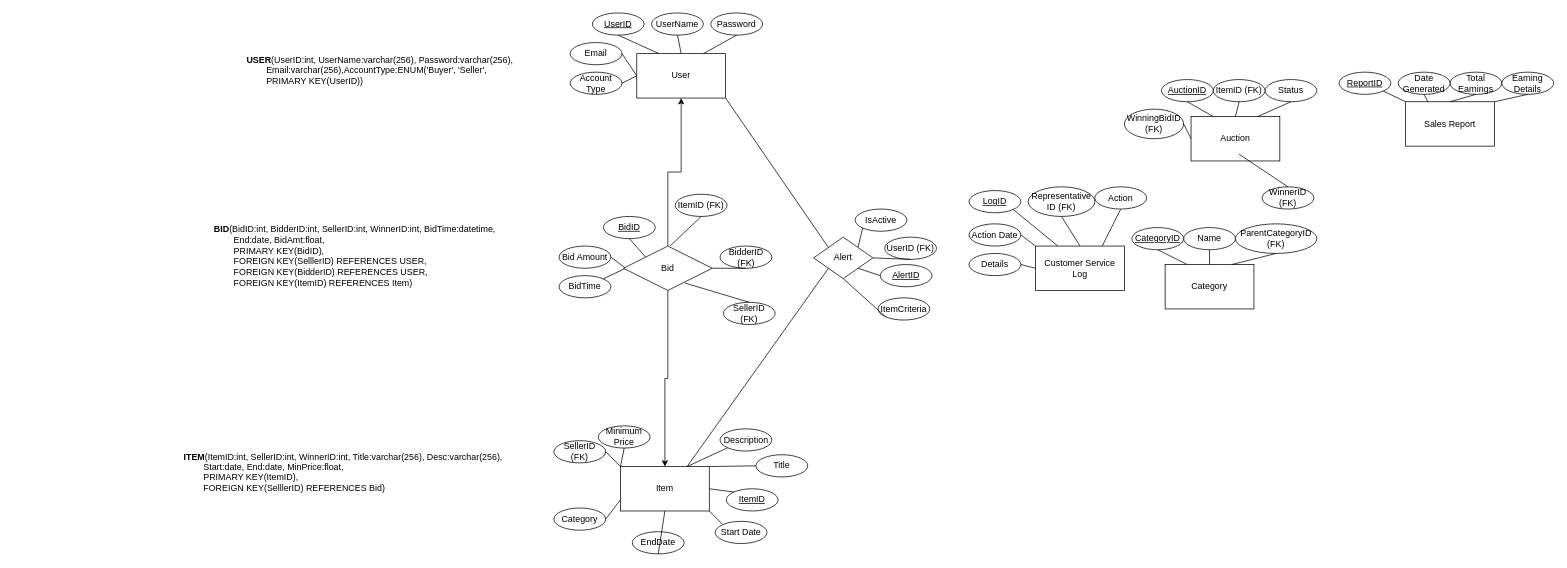
Before: Project1ER.drawio in Swoopi/PrinInfo, a draw.io diagram. Source tidied: cells renumbered, new cells numbered last; positions are measured from the earlier drawing's top-left corner, leaving out a move shared by most shapes. Both pictures are drawn from the tidied source at 74%, with x=0, y=0 at pixel (182, 13).
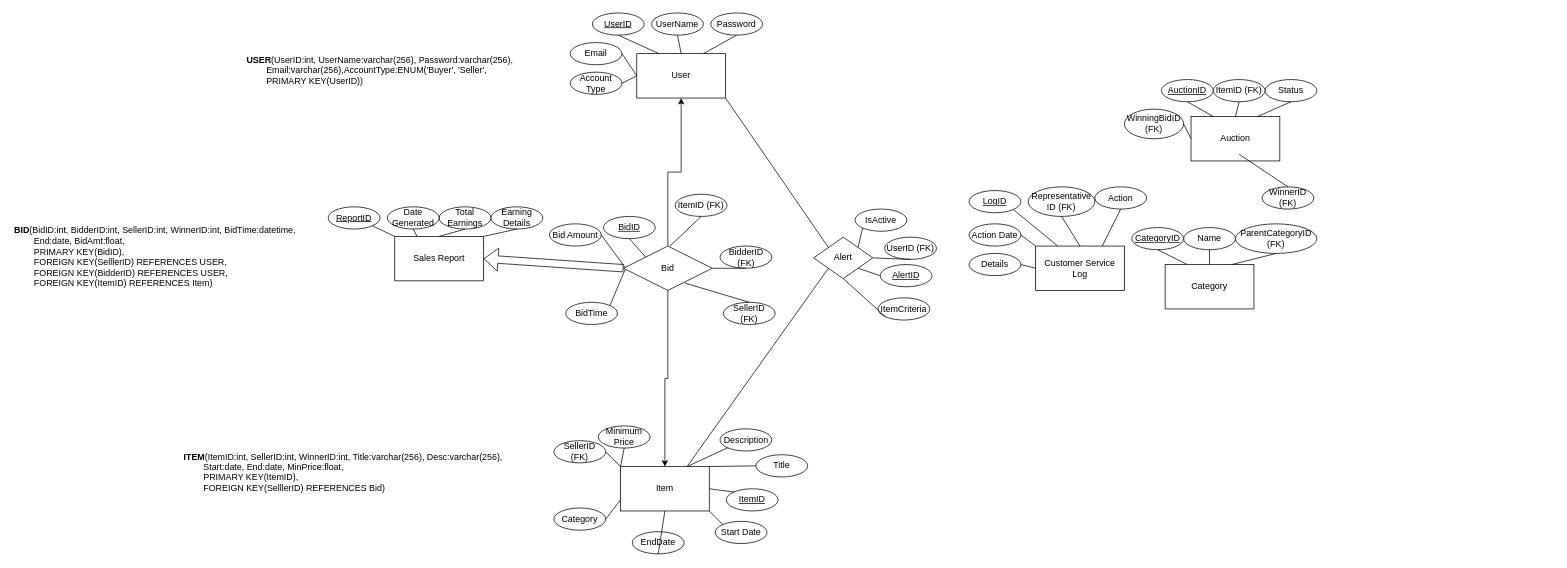
After the change.

Unchanged cells that the change refers to:
```xml
<mxCell id="91" value="Bid" style="shape=rhombus;perimeter=rhombusPerimeter;whiteSpace=wrap;html=1;align=center;" parent="1" vertex="1">
  <mxGeometry x="596" y="315" width="120" height="60" as="geometry" />
</mxCell>
```

Diff of the diagram source:
```diff
@@
     <mxCell id="6" value="Sales Report" style="rounded=0;whiteSpace=wrap;html=1;" parent="1" vertex="1">
-      <mxGeometry x="1653" y="120" width="120" height="60" as="geometry" />
+      <mxGeometry x="287" y="302" width="120" height="60" as="geometry" />
     </mxCell>
@@
     <mxCell id="11" value="Bid Amount" style="ellipse;whiteSpace=wrap;html=1;" parent="1" vertex="1">
-      <mxGeometry x="509" y="315" width="70" height="30" as="geometry" />
+      <mxGeometry x="496" y="285" width="70" height="30" as="geometry" />
     </mxCell>
@@
     <mxCell id="13" value="BidTime" style="ellipse;whiteSpace=wrap;html=1;" parent="1" vertex="1">
-      <mxGeometry x="509" y="355" width="70" height="30" as="geometry" />
+      <mxGeometry x="518" y="391" width="70" height="30" as="geometry" />
     </mxCell>
@@
     <mxCell id="57" value="Total Earnings" style="ellipse;whiteSpace=wrap;html=1;" parent="1" vertex="1">
-      <mxGeometry x="1713" y="80" width="70" height="30" as="geometry" />
+      <mxGeometry x="347" y="262" width="70" height="30" as="geometry" />
     </mxCell>
     <mxCell id="58" value="Date Generated" style="ellipse;whiteSpace=wrap;html=1;" parent="1" vertex="1">
-      <mxGeometry x="1643" y="80" width="70" height="30" as="geometry" />
+      <mxGeometry x="277" y="262" width="70" height="30" as="geometry" />
     </mxCell>
     <mxCell id="59" value="&lt;u&gt;ReportID&lt;/u&gt;" style="ellipse;whiteSpace=wrap;html=1;" parent="1" vertex="1">
-      <mxGeometry x="1563" y="80" width="70" height="30" as="geometry" />
+      <mxGeometry x="197" y="262" width="70" height="30" as="geometry" />
     </mxCell>
     <mxCell id="60" value="Earning Details" style="ellipse;whiteSpace=wrap;html=1;" parent="1" vertex="1">
-      <mxGeometry x="1783" y="80" width="70" height="30" as="geometry" />
+      <mxGeometry x="417" y="262" width="70" height="30" as="geometry" />
     </mxCell>
@@
     <mxCell id="92" value="&lt;b&gt;BID&lt;/b&gt;(BidID:int, BidderID:int,&amp;nbsp;SellerID:int, WinnerID:int, &lt;span style=&quot;background-color: initial;&quot;&gt;BidTime:datetime, &lt;span style=&quot;white-space: pre;&quot;&gt;&#9;&lt;/span&gt;End:date, BidAmt:float,&lt;/span&gt;&lt;div&gt;&lt;span style=&quot;background-color: initial;&quot;&gt;&lt;span style=&quot;white-space: pre;&quot;&gt;&#9;&lt;/span&gt;PRIMARY KEY(BidID),&lt;/span&gt;&lt;/div&gt;&lt;div&gt;&lt;span style=&quot;background-color: initial;&quot;&gt;&lt;span style=&quot;white-space: pre;&quot;&gt;&#9;&lt;/span&gt;FOREIGN KEY(SelllerID) REFERENCES USER,&amp;nbsp;&lt;/span&gt;&lt;/div&gt;&lt;div&gt;&lt;span style=&quot;background-color: initial;&quot;&gt;&lt;span style=&quot;white-space: pre;&quot;&gt;&#9;&lt;/span&gt;FOREIGN KEY(BidderID) REFERENCES USER,&lt;/span&gt;&lt;/div&gt;&lt;div&gt;&lt;span style=&quot;background-color: initial;&quot;&gt;&lt;span style=&quot;white-space: pre;&quot;&gt;&#9;&lt;/span&gt;FOREIGN KEY(ItemID) REFERENCES Item&lt;/span&gt;&lt;span style=&quot;background-color: initial;&quot;&gt;)&lt;/span&gt;&lt;/div&gt;&lt;div&gt;&lt;span style=&quot;background-color: initial;&quot;&gt;&lt;br&gt;&lt;/span&gt;&lt;/div&gt;" style="text;html=1;align=left;verticalAlign=middle;whiteSpace=wrap;rounded=0;" parent="1" vertex="1">
-      <mxGeometry x="41" y="311" width="395" height="50" as="geometry" />
+      <mxGeometry x="-229" y="312" width="395" height="50" as="geometry" />
     </mxCell>
@@
+    <mxCell id="98" style="shape=flexArrow;endArrow=classic;html=1;rounded=0;exitX=0;exitY=0.5;exitDx=0;exitDy=0;entryX=1;entryY=0.5;entryDx=0;entryDy=0;" parent="1" edge="1" source="91" target="6">
+      <mxGeometry relative="1" as="geometry" />
+    </mxCell>
```
